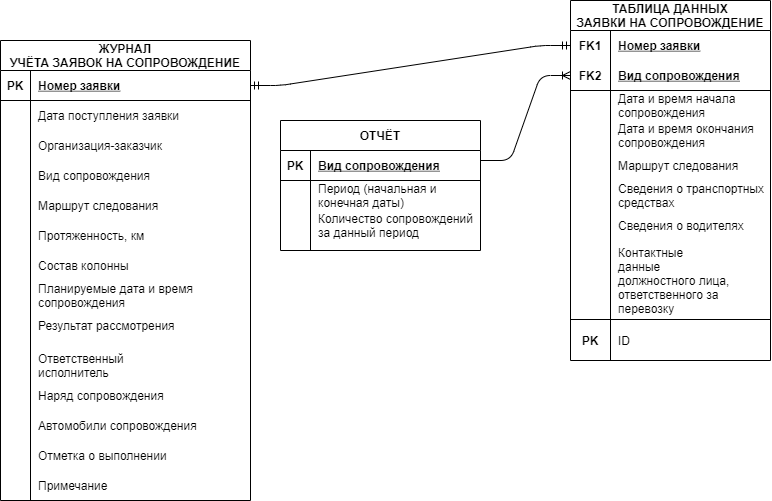
Above: ER-ДИАГРАММА.png in Anton80213/Project-diagrams (draw.io), before the change. Source tidied: cells renumbered, new cells last; positions are measured from the earlier drawing's top-left corner, leaving out a move shared by most shapes.
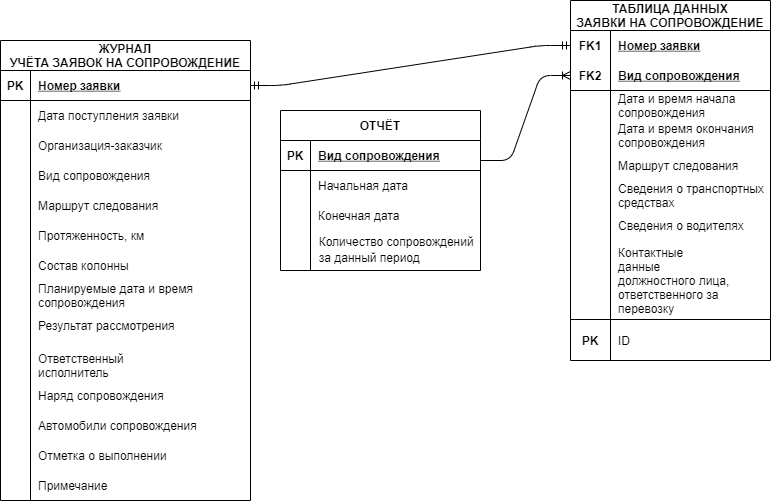
After the change.

Diff of the diagram source:
```diff
@@ -3,7 +3,7 @@
     <mxCell id="0" />
     <mxCell id="1" parent="0" />
     <mxCell id="2" value="ОТЧЁТ" style="shape=table;startSize=30;rowLines=0;fontStyle=1;align=center;" parent="1" vertex="1">
-      <mxGeometry x="280" y="120" width="200" height="130" as="geometry" />
+      <mxGeometry x="280" y="110" width="200" height="160" as="geometry" />
     </mxCell>
     <mxCell id="3" style="shape=partialRectangle;fillColor=none;top=0;left=0;bottom=1;right=0;" parent="2" vertex="1">
       <mxGeometry y="30" width="200" height="30" as="geometry" />
@@ -20,7 +20,7 @@
     <mxCell id="7" style="shape=partialRectangle;fillColor=none;top=0;left=0;bottom=0;right=0;overflow=hidden;" parent="6" vertex="1">
       <mxGeometry width="30" height="30" as="geometry" />
     </mxCell>
-    <mxCell id="8" value="Период (начальная и&#10;конечная даты)" style="shape=partialRectangle;fillColor=none;top=0;left=0;bottom=0;right=0;align=left;spacingLeft=6;overflow=hidden;" parent="6" vertex="1">
+    <mxCell id="8" value="Начальная дата" style="shape=partialRectangle;fillColor=none;top=0;left=0;bottom=0;right=0;align=left;spacingLeft=6;overflow=hidden;" parent="6" vertex="1">
       <mxGeometry x="30" width="170" height="30" as="geometry" />
     </mxCell>
     <mxCell id="9" style="shape=partialRectangle;fillColor=none;top=0;left=0;bottom=0;right=0;" parent="2" vertex="1">
@@ -29,7 +29,7 @@
     <mxCell id="10" style="shape=partialRectangle;fillColor=none;top=0;left=0;bottom=0;right=0;overflow=hidden;" parent="9" vertex="1">
       <mxGeometry width="30" height="30" as="geometry" />
     </mxCell>
-    <mxCell id="11" value="Количество сопровождений&#10;за данный период" style="shape=partialRectangle;fillColor=none;top=0;left=0;bottom=0;right=0;align=left;spacingLeft=6;overflow=hidden;" parent="9" vertex="1">
+    <mxCell id="11" value="Конечная дата" style="shape=partialRectangle;fillColor=none;top=0;left=0;bottom=0;right=0;align=left;spacingLeft=6;overflow=hidden;" parent="9" vertex="1">
       <mxGeometry x="30" width="170" height="30" as="geometry" />
     </mxCell>
     <mxCell id="12" value="&#10;ЖУРНАЛ &#10;УЧЁТА ЗАЯВОК НА СОПРОВОЖДЕНИЕ&#10; " style="shape=table;startSize=30;rowLines=0;fontStyle=1;align=center;fontFamily=Helvetica;fontSize=12;" parent="1" vertex="1">
@@ -172,5 +172,8 @@
     <mxCell id="56" value="PK" style="shape=partialRectangle;fillColor=none;top=0;left=0;bottom=0;right=0;fontStyle=1;overflow=hidden;" parent="1" vertex="1">
       <mxGeometry x="570" y="320" width="40" height="40" as="geometry" />
     </mxCell>
+    <mxCell id="57" value="&lt;div style=&quot;text-align: justify&quot;&gt;&lt;span&gt;&amp;nbsp;Количество сопровождений&lt;/span&gt;&lt;/div&gt;&lt;span style=&quot;line-height: 150%&quot;&gt;&lt;div style=&quot;text-align: justify&quot;&gt;&lt;span&gt;&amp;nbsp;за данный период&lt;/span&gt;&lt;/div&gt;&lt;/span&gt;" style="text;html=1;align=center;verticalAlign=middle;strokeColor=none;" parent="1" vertex="1">
+      <mxGeometry x="309" y="230" width="170" height="40" as="geometry" />
+    </mxCell>
   </root>
 </mxGraphModel>
```
